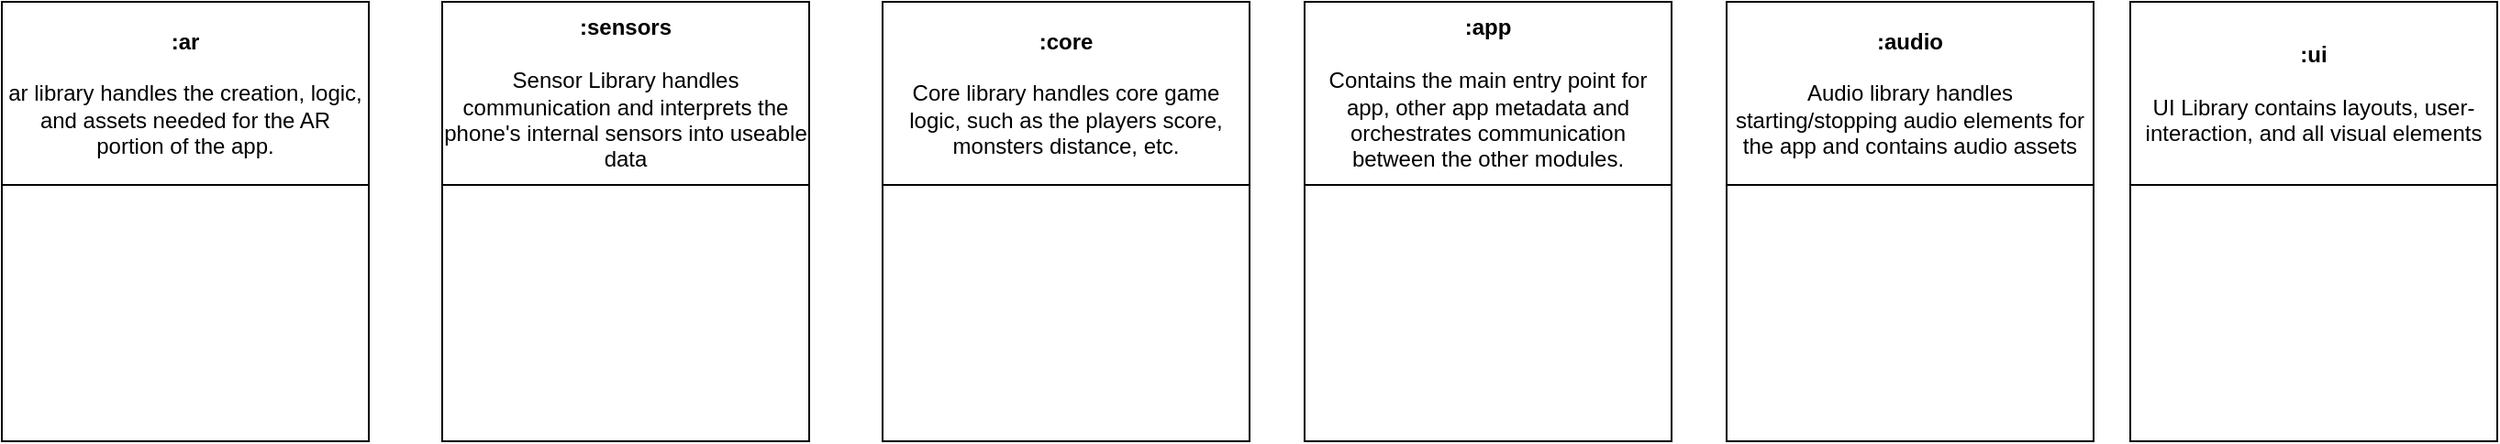
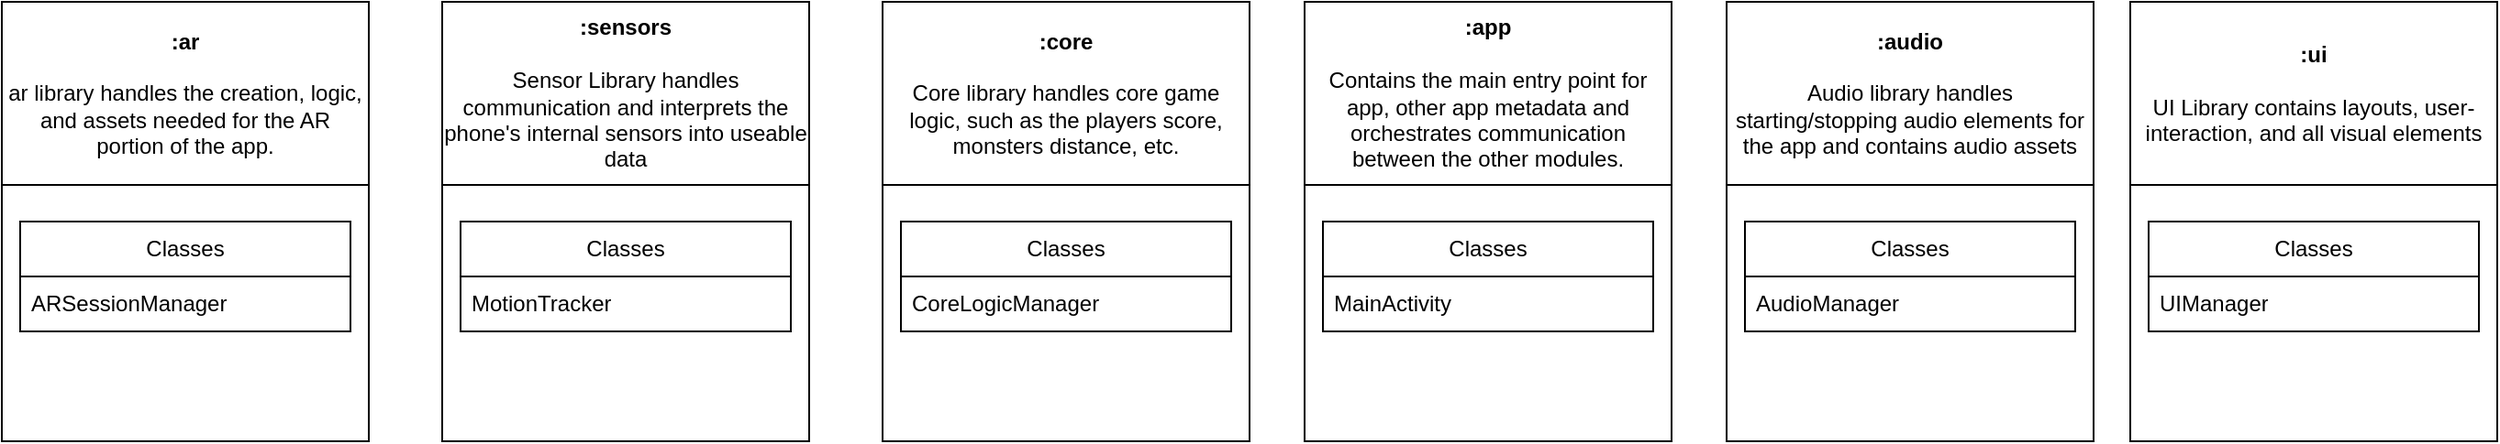
<mxfile host="app.diagrams.net" agent="Mozilla/5.0 (Windows NT 10.0; Win64; x64; rv:144.0) Gecko/20100101 Firefox/144.0" version="28.2.8">
  <diagram name="Page-1" id="x4o5FmK5M1mYU57jQ4B-">
    <mxGraphModel dx="2353" dy="868" grid="1" gridSize="10" guides="1" tooltips="1" connect="1" arrows="1" fold="1" page="1" pageScale="1" pageWidth="850" pageHeight="1100" math="0" shadow="0">
      <root>
        <mxCell id="0" />
        <mxCell id="1" parent="0" />
-         <mxCell id="isqQ4OO7kmcKETVQ4hR7-13" value="&lt;div&gt;&lt;b&gt;:ar&lt;/b&gt;&lt;/div&gt;&lt;div&gt;&lt;br&gt;&lt;/div&gt;&lt;div&gt;&lt;span style=&quot;font-weight: normal;&quot;&gt;ar library handles the creation, logic, and assets needed for the AR portion of the app.&lt;/span&gt;&lt;/div&gt;" style="swimlane;whiteSpace=wrap;html=1;startSize=100;" vertex="1" parent="1">
+         <mxCell id="isqQ4OO7kmcKETVQ4hR7-13" value="&lt;div&gt;&lt;b&gt;:ar&lt;/b&gt;&lt;/div&gt;&lt;div&gt;&lt;br&gt;&lt;/div&gt;&lt;div&gt;&lt;span style=&quot;font-weight: normal;&quot;&gt;ar library handles the creation, logic, and assets needed for the AR portion of the app.&lt;/span&gt;&lt;/div&gt;" style="swimlane;whiteSpace=wrap;html=1;startSize=100;" parent="1" vertex="1">
          <mxGeometry x="-200" y="110" width="200" height="240" as="geometry" />
        </mxCell>
-         <mxCell id="isqQ4OO7kmcKETVQ4hR7-15" value="&lt;div&gt;&lt;b&gt;:sensors&lt;/b&gt;&lt;/div&gt;&lt;div&gt;&lt;br&gt;&lt;/div&gt;&lt;div&gt;&lt;span style=&quot;font-weight: normal;&quot;&gt;Sensor Library handles communication and interprets the phone&#39;s internal sensors into useable data&lt;/span&gt;&lt;/div&gt;" style="swimlane;whiteSpace=wrap;html=1;startSize=100;" vertex="1" parent="1">
+         <mxCell id="8nHcXKAZ5uG0m_UUr_Kl-2" value="Classes" style="swimlane;fontStyle=0;childLayout=stackLayout;horizontal=1;startSize=30;horizontalStack=0;resizeParent=1;resizeParentMax=0;resizeLast=0;collapsible=1;marginBottom=0;whiteSpace=wrap;html=1;" vertex="1" parent="isqQ4OO7kmcKETVQ4hR7-13">
+           <mxGeometry x="10" y="120" width="180" height="60" as="geometry" />
+         </mxCell>
+         <mxCell id="8nHcXKAZ5uG0m_UUr_Kl-3" value="ARSessionManager" style="text;strokeColor=none;fillColor=none;align=left;verticalAlign=middle;spacingLeft=4;spacingRight=4;overflow=hidden;points=[[0,0.5],[1,0.5]];portConstraint=eastwest;rotatable=0;whiteSpace=wrap;html=1;" vertex="1" parent="8nHcXKAZ5uG0m_UUr_Kl-2">
+           <mxGeometry y="30" width="180" height="30" as="geometry" />
+         </mxCell>
+         <mxCell id="isqQ4OO7kmcKETVQ4hR7-15" value="&lt;div&gt;&lt;b&gt;:sensors&lt;/b&gt;&lt;/div&gt;&lt;div&gt;&lt;br&gt;&lt;/div&gt;&lt;div&gt;&lt;span style=&quot;font-weight: normal;&quot;&gt;Sensor Library handles communication and interprets the phone&#39;s internal sensors into useable data&lt;/span&gt;&lt;/div&gt;" style="swimlane;whiteSpace=wrap;html=1;startSize=100;" parent="1" vertex="1">
          <mxGeometry x="40" y="110" width="200" height="240" as="geometry" />
        </mxCell>
-         <mxCell id="isqQ4OO7kmcKETVQ4hR7-16" value="&lt;div&gt;&lt;b&gt;:core&lt;/b&gt;&lt;/div&gt;&lt;div&gt;&lt;br&gt;&lt;/div&gt;&lt;div&gt;&lt;span style=&quot;font-weight: normal;&quot;&gt;Core library handles core game logic, such as the players score, monsters distance, etc.&lt;/span&gt;&lt;/div&gt;" style="swimlane;whiteSpace=wrap;html=1;startSize=100;" vertex="1" parent="1">
+         <mxCell id="8nHcXKAZ5uG0m_UUr_Kl-6" value="Classes" style="swimlane;fontStyle=0;childLayout=stackLayout;horizontal=1;startSize=30;horizontalStack=0;resizeParent=1;resizeParentMax=0;resizeLast=0;collapsible=1;marginBottom=0;whiteSpace=wrap;html=1;" vertex="1" parent="isqQ4OO7kmcKETVQ4hR7-15">
+           <mxGeometry x="10" y="120" width="180" height="60" as="geometry" />
+         </mxCell>
+         <mxCell id="8nHcXKAZ5uG0m_UUr_Kl-7" value="MotionTracker" style="text;strokeColor=none;fillColor=none;align=left;verticalAlign=middle;spacingLeft=4;spacingRight=4;overflow=hidden;points=[[0,0.5],[1,0.5]];portConstraint=eastwest;rotatable=0;whiteSpace=wrap;html=1;" vertex="1" parent="8nHcXKAZ5uG0m_UUr_Kl-6">
+           <mxGeometry y="30" width="180" height="30" as="geometry" />
+         </mxCell>
+         <mxCell id="isqQ4OO7kmcKETVQ4hR7-16" value="&lt;div&gt;&lt;b&gt;:core&lt;/b&gt;&lt;/div&gt;&lt;div&gt;&lt;br&gt;&lt;/div&gt;&lt;div&gt;&lt;span style=&quot;font-weight: normal;&quot;&gt;Core library handles core game logic, such as the players score, monsters distance, etc.&lt;/span&gt;&lt;/div&gt;" style="swimlane;whiteSpace=wrap;html=1;startSize=100;" parent="1" vertex="1">
          <mxGeometry x="280" y="110" width="200" height="240" as="geometry" />
        </mxCell>
-         <mxCell id="isqQ4OO7kmcKETVQ4hR7-17" value="&lt;div&gt;&lt;b&gt;:app&lt;/b&gt;&lt;/div&gt;&lt;div&gt;&lt;br&gt;&lt;/div&gt;&lt;div&gt;&lt;span style=&quot;font-weight: normal;&quot;&gt;Contains the main entry point for app, other app metadata and orchestrates communication between the other modules.&lt;/span&gt;&lt;/div&gt;" style="swimlane;whiteSpace=wrap;html=1;startSize=100;" vertex="1" parent="1">
+         <mxCell id="8nHcXKAZ5uG0m_UUr_Kl-8" value="Classes" style="swimlane;fontStyle=0;childLayout=stackLayout;horizontal=1;startSize=30;horizontalStack=0;resizeParent=1;resizeParentMax=0;resizeLast=0;collapsible=1;marginBottom=0;whiteSpace=wrap;html=1;" vertex="1" parent="isqQ4OO7kmcKETVQ4hR7-16">
+           <mxGeometry x="10" y="120" width="180" height="60" as="geometry" />
+         </mxCell>
+         <mxCell id="8nHcXKAZ5uG0m_UUr_Kl-9" value="CoreLogicManager" style="text;strokeColor=none;fillColor=none;align=left;verticalAlign=middle;spacingLeft=4;spacingRight=4;overflow=hidden;points=[[0,0.5],[1,0.5]];portConstraint=eastwest;rotatable=0;whiteSpace=wrap;html=1;" vertex="1" parent="8nHcXKAZ5uG0m_UUr_Kl-8">
+           <mxGeometry y="30" width="180" height="30" as="geometry" />
+         </mxCell>
+         <mxCell id="isqQ4OO7kmcKETVQ4hR7-17" value="&lt;div&gt;&lt;b&gt;:app&lt;/b&gt;&lt;/div&gt;&lt;div&gt;&lt;br&gt;&lt;/div&gt;&lt;div&gt;&lt;span style=&quot;font-weight: normal;&quot;&gt;Contains the main entry point for app, other app metadata and orchestrates communication between the other modules.&lt;/span&gt;&lt;/div&gt;" style="swimlane;whiteSpace=wrap;html=1;startSize=100;" parent="1" vertex="1">
          <mxGeometry x="510" y="110" width="200" height="240" as="geometry" />
        </mxCell>
-         <mxCell id="isqQ4OO7kmcKETVQ4hR7-18" value="&lt;div&gt;&lt;b&gt;:audio&lt;/b&gt;&lt;/div&gt;&lt;div&gt;&lt;br&gt;&lt;/div&gt;&lt;div&gt;&lt;span style=&quot;font-weight: normal;&quot;&gt;Audio library handles starting/stopping audio elements for the app and contains audio assets&lt;/span&gt;&lt;/div&gt;" style="swimlane;whiteSpace=wrap;html=1;startSize=100;" vertex="1" parent="1">
+         <mxCell id="8nHcXKAZ5uG0m_UUr_Kl-10" value="Classes" style="swimlane;fontStyle=0;childLayout=stackLayout;horizontal=1;startSize=30;horizontalStack=0;resizeParent=1;resizeParentMax=0;resizeLast=0;collapsible=1;marginBottom=0;whiteSpace=wrap;html=1;" vertex="1" parent="isqQ4OO7kmcKETVQ4hR7-17">
+           <mxGeometry x="10" y="120" width="180" height="60" as="geometry" />
+         </mxCell>
+         <mxCell id="8nHcXKAZ5uG0m_UUr_Kl-11" value="&lt;div&gt;MainActivity&lt;/div&gt;" style="text;strokeColor=none;fillColor=none;align=left;verticalAlign=middle;spacingLeft=4;spacingRight=4;overflow=hidden;points=[[0,0.5],[1,0.5]];portConstraint=eastwest;rotatable=0;whiteSpace=wrap;html=1;" vertex="1" parent="8nHcXKAZ5uG0m_UUr_Kl-10">
+           <mxGeometry y="30" width="180" height="30" as="geometry" />
+         </mxCell>
+         <mxCell id="isqQ4OO7kmcKETVQ4hR7-18" value="&lt;div&gt;&lt;b&gt;:audio&lt;/b&gt;&lt;/div&gt;&lt;div&gt;&lt;br&gt;&lt;/div&gt;&lt;div&gt;&lt;span style=&quot;font-weight: normal;&quot;&gt;Audio library handles starting/stopping audio elements for the app and contains audio assets&lt;/span&gt;&lt;/div&gt;" style="swimlane;whiteSpace=wrap;html=1;startSize=100;" parent="1" vertex="1">
          <mxGeometry x="740" y="110" width="200" height="240" as="geometry">
            <mxRectangle x="740" y="110" width="530" height="100" as="alternateBounds" />
          </mxGeometry>
        </mxCell>
-         <mxCell id="isqQ4OO7kmcKETVQ4hR7-20" value="&lt;div&gt;&lt;b&gt;:ui&lt;/b&gt;&lt;/div&gt;&lt;div&gt;&lt;br&gt;&lt;/div&gt;&lt;div&gt;&lt;span style=&quot;font-weight: normal;&quot;&gt;UI Library contains layouts, user-interaction, and all visual elements&lt;/span&gt;&lt;/div&gt;" style="swimlane;whiteSpace=wrap;html=1;startSize=100;" vertex="1" parent="1">
+         <mxCell id="8nHcXKAZ5uG0m_UUr_Kl-12" value="Classes" style="swimlane;fontStyle=0;childLayout=stackLayout;horizontal=1;startSize=30;horizontalStack=0;resizeParent=1;resizeParentMax=0;resizeLast=0;collapsible=1;marginBottom=0;whiteSpace=wrap;html=1;" vertex="1" parent="isqQ4OO7kmcKETVQ4hR7-18">
+           <mxGeometry x="10" y="120" width="180" height="60" as="geometry" />
+         </mxCell>
+         <mxCell id="8nHcXKAZ5uG0m_UUr_Kl-13" value="AudioManager" style="text;strokeColor=none;fillColor=none;align=left;verticalAlign=middle;spacingLeft=4;spacingRight=4;overflow=hidden;points=[[0,0.5],[1,0.5]];portConstraint=eastwest;rotatable=0;whiteSpace=wrap;html=1;" vertex="1" parent="8nHcXKAZ5uG0m_UUr_Kl-12">
+           <mxGeometry y="30" width="180" height="30" as="geometry" />
+         </mxCell>
+         <mxCell id="isqQ4OO7kmcKETVQ4hR7-20" value="&lt;div&gt;&lt;b&gt;:ui&lt;/b&gt;&lt;/div&gt;&lt;div&gt;&lt;br&gt;&lt;/div&gt;&lt;div&gt;&lt;span style=&quot;font-weight: normal;&quot;&gt;UI Library contains layouts, user-interaction, and all visual elements&lt;/span&gt;&lt;/div&gt;" style="swimlane;whiteSpace=wrap;html=1;startSize=100;" parent="1" vertex="1">
          <mxGeometry x="960" y="110" width="200" height="240" as="geometry" />
+         </mxCell>
+         <mxCell id="8nHcXKAZ5uG0m_UUr_Kl-14" value="Classes" style="swimlane;fontStyle=0;childLayout=stackLayout;horizontal=1;startSize=30;horizontalStack=0;resizeParent=1;resizeParentMax=0;resizeLast=0;collapsible=1;marginBottom=0;whiteSpace=wrap;html=1;" vertex="1" parent="isqQ4OO7kmcKETVQ4hR7-20">
+           <mxGeometry x="10" y="120" width="180" height="60" as="geometry" />
+         </mxCell>
+         <mxCell id="8nHcXKAZ5uG0m_UUr_Kl-15" value="UIManager" style="text;strokeColor=none;fillColor=none;align=left;verticalAlign=middle;spacingLeft=4;spacingRight=4;overflow=hidden;points=[[0,0.5],[1,0.5]];portConstraint=eastwest;rotatable=0;whiteSpace=wrap;html=1;" vertex="1" parent="8nHcXKAZ5uG0m_UUr_Kl-14">
+           <mxGeometry y="30" width="180" height="30" as="geometry" />
        </mxCell>
      </root>
    </mxGraphModel>
  </diagram>
</mxfile>
